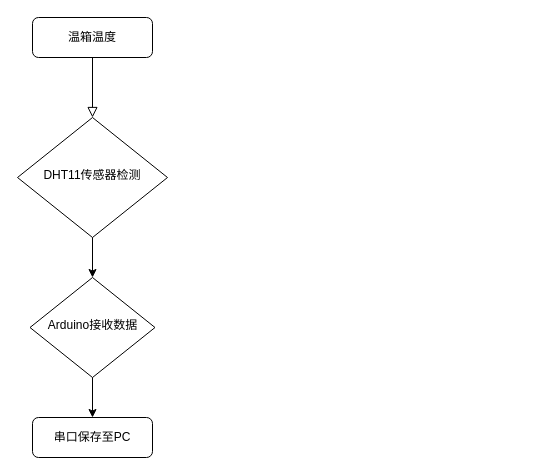
Earlier version of the draw.io diagram 未命名绘图.drawio (x1528045870/x1528045870). Source tidied: cells renumbered, new cells numbered last; positions are measured from the earlier drawing's top-left corner, leaving out a move shared by most shapes. Both pictures are drawn from the tidied source at 100%, with x=0, y=0 at pixel (17, 17).
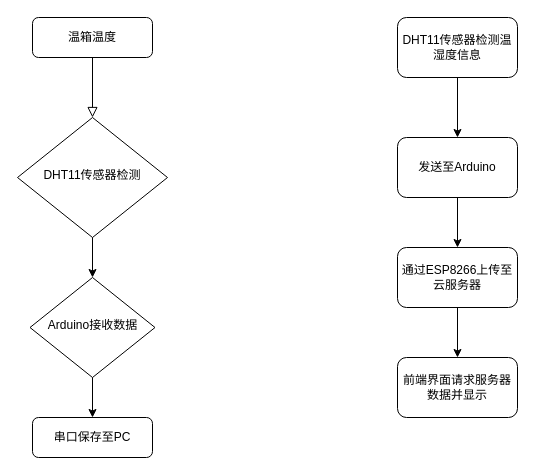
The same diagram, later.

Diff of the diagram source:
```diff
@@
 <mxGraphModel>
   <root>
     <mxCell id="0" />
     <mxCell id="1" parent="0" />
     <mxCell id="2" style="rounded=0;html=1;jettySize=auto;fontSize=11;endArrow=block;endFill=0;endSize=8;strokeWidth=1;shadow=0;labelBackgroundColor=none;edgeStyle=orthogonalEdgeStyle;" parent="1" edge="1" source="3" target="4">
       <mxGeometry relative="1" as="geometry" />
     </mxCell>
     <mxCell id="3" value="温箱温度" style="rounded=1;whiteSpace=wrap;html=1;fontSize=12;glass=0;strokeWidth=1;shadow=0;" parent="1" vertex="1">
       <mxGeometry x="15" width="120" height="40" as="geometry" />
     </mxCell>
     <mxCell id="4" value="DHT11传感器检测" style="rhombus;whiteSpace=wrap;html=1;shadow=0;fontFamily=Helvetica;fontSize=12;align=center;strokeWidth=1;spacing=6;spacingTop=-4;" parent="1" vertex="1">
       <mxGeometry y="100" width="150" height="120" as="geometry" />
     </mxCell>
     <mxCell id="5" value="Arduino接收数据" style="rhombus;whiteSpace=wrap;html=1;shadow=0;fontFamily=Helvetica;fontSize=12;align=center;strokeWidth=1;spacing=6;spacingTop=-4;" parent="1" vertex="1">
       <mxGeometry x="12.5" y="260" width="125" height="100" as="geometry" />
     </mxCell>
     <mxCell id="6" value="串口保存至PC" style="rounded=1;whiteSpace=wrap;html=1;fontSize=12;glass=0;strokeWidth=1;shadow=0;" parent="1" vertex="1">
       <mxGeometry x="15" y="400" width="120" height="40" as="geometry" />
     </mxCell>
     <mxCell id="7" style="endArrow=classic;html=1;rounded=0;exitX=0.5;exitY=1;exitDx=0;exitDy=0;entryX=0.5;entryY=0;entryDx=0;entryDy=0;" parent="1" edge="1" source="4" target="5">
       <mxGeometry relative="1" as="geometry" />
     </mxCell>
     <mxCell id="8" style="endArrow=classic;html=1;rounded=0;exitX=0.5;exitY=1;exitDx=0;exitDy=0;" parent="1" edge="1" source="5" target="6">
       <mxGeometry relative="1" as="geometry" />
     </mxCell>
+    <mxCell id="9" value="DHT11传感器检测温湿度信息" style="rounded=1;whiteSpace=wrap;html=1;" parent="1" vertex="1">
+      <mxGeometry x="380" width="120" height="60" as="geometry" />
+    </mxCell>
+    <mxCell id="10" value="发送至Arduino" style="rounded=1;whiteSpace=wrap;html=1;" parent="1" vertex="1">
+      <mxGeometry x="380" y="120" width="120" height="60" as="geometry" />
+    </mxCell>
+    <mxCell id="11" value="通过ESP8266上传至云服务器" style="rounded=1;whiteSpace=wrap;html=1;" parent="1" vertex="1">
+      <mxGeometry x="380" y="230" width="120" height="60" as="geometry" />
+    </mxCell>
+    <mxCell id="12" value="前端界面请求服务器数据并显示" style="rounded=1;whiteSpace=wrap;html=1;" parent="1" vertex="1">
+      <mxGeometry x="380" y="340" width="120" height="60" as="geometry" />
+    </mxCell>
+    <mxCell id="13" style="endArrow=classic;html=1;rounded=0;exitX=0.5;exitY=1;exitDx=0;exitDy=0;entryX=0.5;entryY=0;entryDx=0;entryDy=0;" parent="1" edge="1" source="9" target="10">
+      <mxGeometry relative="1" as="geometry" />
+    </mxCell>
+    <mxCell id="14" style="endArrow=classic;html=1;rounded=0;exitX=0.5;exitY=1;exitDx=0;exitDy=0;" parent="1" edge="1" source="10" target="11">
+      <mxGeometry relative="1" as="geometry" />
+    </mxCell>
+    <mxCell id="15" style="endArrow=classic;html=1;rounded=0;exitX=0.5;exitY=1;exitDx=0;exitDy=0;" parent="1" edge="1" source="11" target="12">
+      <mxGeometry relative="1" as="geometry" />
+    </mxCell>
   </root>
 </mxGraphModel>
```
